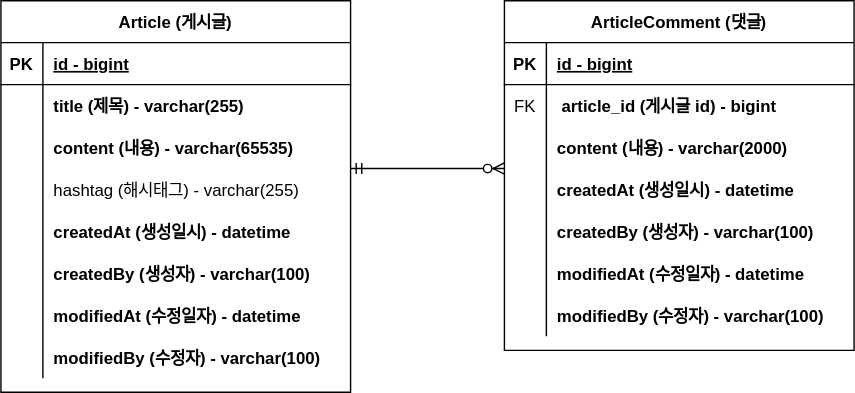
This is document/project-board-erd.svg from dmlee19/fastcampus-project-board, a draw.io export, as it was before one commit. Source tidied: cells renumbered, new cells last; positions are measured from the earlier drawing's top-left corner, leaving out a move shared by most shapes.
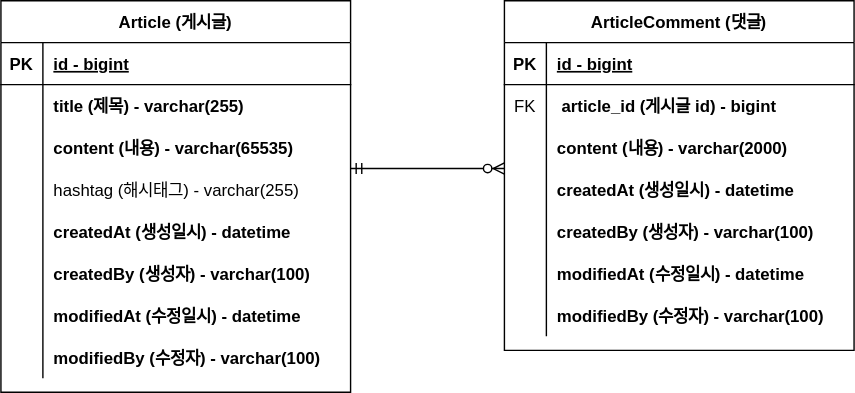
Later version of the same file.

Commit message:
#9 - 수정일시 오타 수정: project-board-erd.svg

What changed in the source:
```diff
@@ -65,7 +65,7 @@
     <mxCell id="22" style="shape=partialRectangle;overflow=hidden;fillColor=none;top=0;left=0;bottom=0;right=0;" parent="21" vertex="1">
       <mxGeometry width="30" height="30" as="geometry" />
     </mxCell>
-    <mxCell id="23" value="modifiedAt (수정일자) - datetime" style="shape=partialRectangle;overflow=hidden;fillColor=none;top=0;left=0;bottom=0;right=0;align=left;spacingLeft=6;fontStyle=1;" parent="21" vertex="1">
+    <mxCell id="23" value="modifiedAt (수정일시) - datetime" style="shape=partialRectangle;overflow=hidden;fillColor=none;top=0;left=0;bottom=0;right=0;align=left;spacingLeft=6;fontStyle=1;" parent="21" vertex="1">
       <mxGeometry x="30" width="220" height="30" as="geometry" />
     </mxCell>
     <mxCell id="24" style="shape=partialRectangle;fillColor=none;top=0;left=0;right=0;bottom=0;" parent="2" vertex="1">
@@ -131,7 +131,7 @@
     <mxCell id="44" style="shape=partialRectangle;overflow=hidden;fillColor=none;top=0;left=0;bottom=0;right=0;" parent="43" vertex="1">
       <mxGeometry width="30" height="30" as="geometry" />
     </mxCell>
-    <mxCell id="45" value="modifiedAt (수정일자) - datetime" style="shape=partialRectangle;overflow=hidden;fillColor=none;top=0;left=0;bottom=0;right=0;align=left;spacingLeft=6;fontStyle=1;" parent="43" vertex="1">
+    <mxCell id="45" value="modifiedAt (수정일시) - datetime" style="shape=partialRectangle;overflow=hidden;fillColor=none;top=0;left=0;bottom=0;right=0;align=left;spacingLeft=6;fontStyle=1;" parent="43" vertex="1">
       <mxGeometry x="30" width="220" height="30" as="geometry" />
     </mxCell>
     <mxCell id="46" style="shape=partialRectangle;fillColor=none;top=0;left=0;right=0;bottom=0;" parent="27" vertex="1">
```
